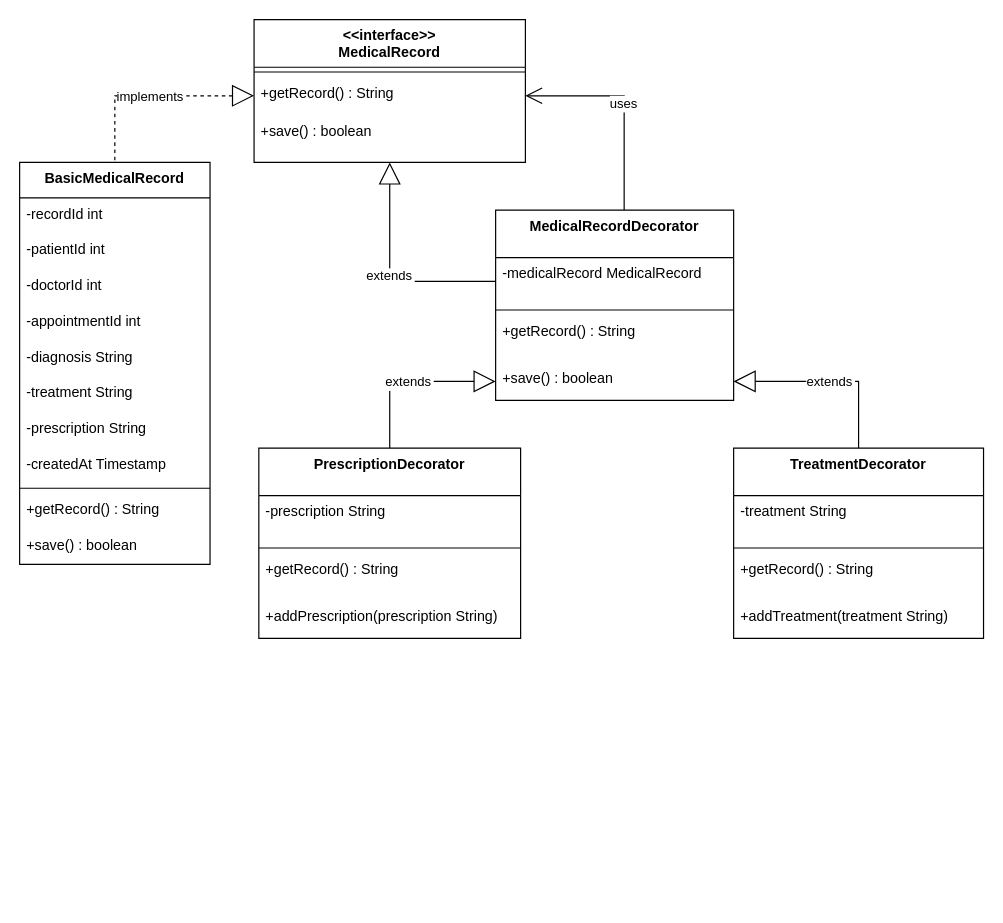
The draw.io diagram uml/Decorator.drawio in TAAgnes3110/DesignPatterns, before the edit. Source tidied: cells renumbered, new cells numbered last; positions are measured from the earlier drawing's top-left corner, leaving out a move shared by most shapes. Both pictures are drawn from the tidied source at 119%, with x=0, y=0 at pixel (19, 19).
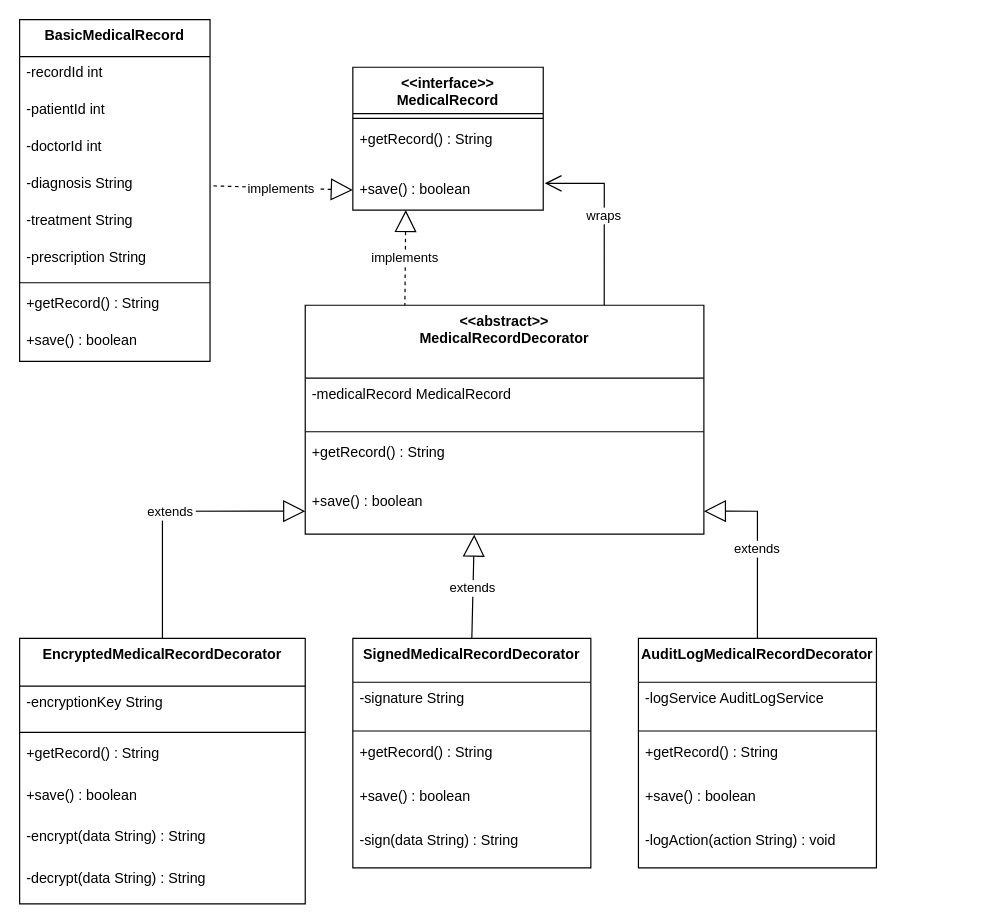
After the change.

What changed in the source:
```diff
@@
-    <mxCell id="2" value="&lt;&lt;interface&gt;&gt;&#10;MedicalRecord" style="swimlane;fontStyle=1;align=center;verticalAlign=top;horizontal=1;startSize=40;" parent="1" vertex="1">
-      <mxGeometry x="197" width="228" height="120" as="geometry" />
+    <mxCell id="2" value="&lt;&lt;interface&gt;&gt;&#10;MedicalRecord" style="swimlane;fontStyle=1;align=center;verticalAlign=top;horizontal=1;startSize=39;" parent="1" vertex="1">
+      <mxGeometry x="280" y="40" width="160" height="120" as="geometry" />
     </mxCell>
-    <mxCell id="3" style="line;strokeWidth=1;fillColor=none;align=left;verticalAlign=middle;spacingTop=-1;spacingLeft=3;spacingRight=3;labelPosition=right;strokeColor=inherit;" parent="2" vertex="1">
-      <mxGeometry y="40" width="228" height="8" as="geometry" />
-    </mxCell>
-    <mxCell id="4" value="+getRecord() : String" style="text;strokeColor=none;fillColor=none;align=left;verticalAlign=top;spacingLeft=4;spacingRight=4;overflow=hidden;points=[[0,0.5],[1,0.5]];portConstraint=eastwest;" parent="2" vertex="1">
-      <mxGeometry y="48" width="228" height="32" as="geometry" />
-    </mxCell>
-    <mxCell id="5" value="+save() : boolean" style="text;strokeColor=none;fillColor=none;align=left;verticalAlign=top;spacingLeft=4;spacingRight=4;overflow=hidden;" parent="2" vertex="1">
-      <mxGeometry y="80" width="228" height="40" as="geometry" />
-    </mxCell>
+    <mxCell id="38" style="line;strokeWidth=1;fillColor=none;align=left;verticalAlign=middle;spacingTop=-1;spacingLeft=3;spacingRight=3;labelPosition=right;strokeColor=inherit;" parent="2" vertex="1">
+      <mxGeometry y="39" width="160" height="8" as="geometry" />
+    </mxCell>
+    <mxCell id="39" value="+getRecord() : String" style="text;strokeColor=none;fillColor=none;align=left;verticalAlign=top;spacingLeft=4;spacingRight=4;overflow=hidden;" parent="2" vertex="1">
+      <mxGeometry y="47" width="160" height="42" as="geometry" />
+    </mxCell>
+    <mxCell id="40" value="+save() : boolean" style="text;strokeColor=none;fillColor=none;align=left;verticalAlign=top;spacingLeft=4;spacingRight=4;overflow=hidden;points=[[0,0.5],[1,0.5]];portConstraint=eastwest;" parent="2" vertex="1">
+      <mxGeometry y="89" width="160" height="31" as="geometry" />
+    </mxCell>
-    <mxCell id="6" value="BasicMedicalRecord" style="swimlane;fontStyle=1;align=center;verticalAlign=top;horizontal=1;startSize=29.818181818181817;" parent="1" vertex="1">
-      <mxGeometry y="120" width="160" height="337.8" as="geometry" />
+    <mxCell id="6" value="BasicMedicalRecord" style="swimlane;fontStyle=1;align=center;verticalAlign=top;horizontal=1;startSize=31.11111111111111;" parent="1" vertex="1">
+      <mxGeometry width="160" height="287.1" as="geometry" />
     </mxCell>
     <mxCell id="7" value="-recordId int" style="text;strokeColor=none;fillColor=none;align=left;verticalAlign=top;spacingLeft=4;spacingRight=4;overflow=hidden;" parent="6" vertex="1">
-      <mxGeometry y="29.8" width="160" height="30" as="geometry" />
+      <mxGeometry y="31.1" width="160" height="31" as="geometry" />
     </mxCell>
     <mxCell id="8" value="-patientId int" style="text;strokeColor=none;fillColor=none;align=left;verticalAlign=top;spacingLeft=4;spacingRight=4;overflow=hidden;" parent="6" vertex="1">
-      <mxGeometry y="59.8" width="160" height="30" as="geometry" />
+      <mxGeometry y="62.1" width="160" height="31" as="geometry" />
     </mxCell>
     <mxCell id="9" value="-doctorId int" style="text;strokeColor=none;fillColor=none;align=left;verticalAlign=top;spacingLeft=4;spacingRight=4;overflow=hidden;" parent="6" vertex="1">
-      <mxGeometry y="89.8" width="160" height="30" as="geometry" />
+      <mxGeometry y="93.1" width="160" height="31" as="geometry" />
     </mxCell>
-    <mxCell id="10" value="-appointmentId int" style="text;strokeColor=none;fillColor=none;align=left;verticalAlign=top;spacingLeft=4;spacingRight=4;overflow=hidden;" parent="6" vertex="1">
-      <mxGeometry y="119.8" width="160" height="30" as="geometry" />
-    </mxCell>
     <mxCell id="11" value="-diagnosis String" style="text;strokeColor=none;fillColor=none;align=left;verticalAlign=top;spacingLeft=4;spacingRight=4;overflow=hidden;points=[[0,0.5],[1,0.5]];portConstraint=eastwest;" parent="6" vertex="1">
-      <mxGeometry y="149.8" width="160" height="30" as="geometry" />
+      <mxGeometry y="124.1" width="160" height="31" as="geometry" />
     </mxCell>
-    <mxCell id="12" value="-treatment String" style="text;strokeColor=none;fillColor=none;align=left;verticalAlign=top;spacingLeft=4;spacingRight=4;overflow=hidden;" parent="6" vertex="1">
-      <mxGeometry y="179.8" width="160" height="30" as="geometry" />
-    </mxCell>
-    <mxCell id="13" value="-prescription String" style="text;strokeColor=none;fillColor=none;align=left;verticalAlign=top;spacingLeft=4;spacingRight=4;overflow=hidden;" parent="6" vertex="1">
-      <mxGeometry y="209.8" width="160" height="30" as="geometry" />
-    </mxCell>
-    <mxCell id="14" value="-createdAt Timestamp" style="text;strokeColor=none;fillColor=none;align=left;verticalAlign=top;spacingLeft=4;spacingRight=4;overflow=hidden;" parent="6" vertex="1">
-      <mxGeometry y="239.8" width="160" height="30" as="geometry" />
-    </mxCell>
-    <mxCell id="15" style="line;strokeWidth=1;fillColor=none;align=left;verticalAlign=middle;spacingTop=-1;spacingLeft=3;spacingRight=3;labelPosition=right;strokeColor=inherit;" parent="6" vertex="1">
-      <mxGeometry y="269.8" width="160" height="8" as="geometry" />
-    </mxCell>
-    <mxCell id="16" value="+getRecord() : String" style="text;strokeColor=none;fillColor=none;align=left;verticalAlign=top;spacingLeft=4;spacingRight=4;overflow=hidden;" parent="6" vertex="1">
-      <mxGeometry y="277.8" width="160" height="30" as="geometry" />
-    </mxCell>
-    <mxCell id="17" value="+save() : boolean" style="text;strokeColor=none;fillColor=none;align=left;verticalAlign=top;spacingLeft=4;spacingRight=4;overflow=hidden;" parent="6" vertex="1">
-      <mxGeometry y="307.8" width="160" height="30" as="geometry" />
-    </mxCell>
-    <mxCell id="18" value="MedicalRecordDecorator" style="swimlane;fontStyle=1;align=center;verticalAlign=top;horizontal=1;startSize=40;" parent="1" vertex="1">
-      <mxGeometry x="400" y="160" width="200" height="160" as="geometry" />
-    </mxCell>
+    <mxCell id="41" value="-treatment String" style="text;strokeColor=none;fillColor=none;align=left;verticalAlign=top;spacingLeft=4;spacingRight=4;overflow=hidden;" parent="6" vertex="1">
+      <mxGeometry y="155.1" width="160" height="31" as="geometry" />
+    </mxCell>
+    <mxCell id="42" value="-prescription String" style="text;strokeColor=none;fillColor=none;align=left;verticalAlign=top;spacingLeft=4;spacingRight=4;overflow=hidden;" parent="6" vertex="1">
+      <mxGeometry y="186.1" width="160" height="31" as="geometry" />
+    </mxCell>
+    <mxCell id="43" style="line;strokeWidth=1;fillColor=none;align=left;verticalAlign=middle;spacingTop=-1;spacingLeft=3;spacingRight=3;labelPosition=right;strokeColor=inherit;" parent="6" vertex="1">
+      <mxGeometry y="217.1" width="160" height="8" as="geometry" />
+    </mxCell>
+    <mxCell id="44" value="+getRecord() : String" style="text;strokeColor=none;fillColor=none;align=left;verticalAlign=top;spacingLeft=4;spacingRight=4;overflow=hidden;" parent="6" vertex="1">
+      <mxGeometry y="225.1" width="160" height="31" as="geometry" />
+    </mxCell>
+    <mxCell id="45" value="+save() : boolean" style="text;strokeColor=none;fillColor=none;align=left;verticalAlign=top;spacingLeft=4;spacingRight=4;overflow=hidden;" parent="6" vertex="1">
+      <mxGeometry y="256.1" width="160" height="31" as="geometry" />
+    </mxCell>
+    <mxCell id="46" value="&lt;&lt;abstract&gt;&gt;&#10;MedicalRecordDecorator" style="swimlane;fontStyle=1;align=center;verticalAlign=top;horizontal=1;startSize=61.33333333333333;" parent="1" vertex="1">
+      <mxGeometry x="240" y="240" width="335" height="192.3" as="geometry" />
+    </mxCell>
-    <mxCell id="19" value="-medicalRecord MedicalRecord" style="text;strokeColor=none;fillColor=none;align=left;verticalAlign=top;spacingLeft=4;spacingRight=4;overflow=hidden;points=[[0,0.5],[1,0.5]];portConstraint=eastwest;" parent="18" vertex="1">
-      <mxGeometry y="40" width="200" height="40" as="geometry" />
+    <mxCell id="19" value="-medicalRecord MedicalRecord" style="text;strokeColor=none;fillColor=none;align=left;verticalAlign=top;spacingLeft=4;spacingRight=4;overflow=hidden;points=[[0,0.5],[1,0.5]];portConstraint=eastwest;" parent="46" vertex="1">
+      <mxGeometry y="61.3" width="335" height="41" as="geometry" />
     </mxCell>
-    <mxCell id="20" style="line;strokeWidth=1;fillColor=none;align=left;verticalAlign=middle;spacingTop=-1;spacingLeft=3;spacingRight=3;labelPosition=right;strokeColor=inherit;" parent="18" vertex="1">
-      <mxGeometry y="80" width="200" height="8" as="geometry" />
-    </mxCell>
-    <mxCell id="21" value="+getRecord() : String" style="text;strokeColor=none;fillColor=none;align=left;verticalAlign=top;spacingLeft=4;spacingRight=4;overflow=hidden;" parent="18" vertex="1">
-      <mxGeometry y="88" width="200" height="40" as="geometry" />
-    </mxCell>
-    <mxCell id="22" value="+save() : boolean" style="text;strokeColor=none;fillColor=none;align=left;verticalAlign=top;spacingLeft=4;spacingRight=4;overflow=hidden;points=[[0,0.5],[1,0.5]];portConstraint=eastwest;" parent="18" vertex="1">
-      <mxGeometry y="128" width="200" height="32" as="geometry" />
-    </mxCell>
-    <mxCell id="23" value="PrescriptionDecorator" style="swimlane;fontStyle=1;align=center;verticalAlign=top;horizontal=1;startSize=40;" parent="1" vertex="1">
-      <mxGeometry x="201" y="360" width="220" height="160" as="geometry" />
-    </mxCell>
-    <mxCell id="24" value="-prescription String" style="text;strokeColor=none;fillColor=none;align=left;verticalAlign=top;spacingLeft=4;spacingRight=4;overflow=hidden;" parent="23" vertex="1">
-      <mxGeometry y="40" width="220" height="40" as="geometry" />
-    </mxCell>
-    <mxCell id="25" style="line;strokeWidth=1;fillColor=none;align=left;verticalAlign=middle;spacingTop=-1;spacingLeft=3;spacingRight=3;labelPosition=right;strokeColor=inherit;" parent="23" vertex="1">
-      <mxGeometry y="80" width="220" height="8" as="geometry" />
-    </mxCell>
-    <mxCell id="26" value="+getRecord() : String" style="text;strokeColor=none;fillColor=none;align=left;verticalAlign=top;spacingLeft=4;spacingRight=4;overflow=hidden;" parent="23" vertex="1">
-      <mxGeometry y="88" width="220" height="40" as="geometry" />
-    </mxCell>
-    <mxCell id="27" value="+addPrescription(prescription String)" style="text;strokeColor=none;fillColor=none;align=left;verticalAlign=top;spacingLeft=4;spacingRight=4;overflow=hidden;" parent="23" vertex="1">
-      <mxGeometry y="128" width="220" height="32" as="geometry" />
-    </mxCell>
-    <mxCell id="28" value="TreatmentDecorator" style="swimlane;fontStyle=1;align=center;verticalAlign=top;horizontal=1;startSize=40;" parent="1" vertex="1">
-      <mxGeometry x="600" y="360" width="210" height="160" as="geometry" />
-    </mxCell>
-    <mxCell id="29" value="-treatment String" style="text;strokeColor=none;fillColor=none;align=left;verticalAlign=top;spacingLeft=4;spacingRight=4;overflow=hidden;" parent="28" vertex="1">
-      <mxGeometry y="40" width="210" height="40" as="geometry" />
-    </mxCell>
-    <mxCell id="30" style="line;strokeWidth=1;fillColor=none;align=left;verticalAlign=middle;spacingTop=-1;spacingLeft=3;spacingRight=3;labelPosition=right;strokeColor=inherit;" parent="28" vertex="1">
-      <mxGeometry y="80" width="210" height="8" as="geometry" />
-    </mxCell>
-    <mxCell id="31" value="+getRecord() : String" style="text;strokeColor=none;fillColor=none;align=left;verticalAlign=top;spacingLeft=4;spacingRight=4;overflow=hidden;" parent="28" vertex="1">
-      <mxGeometry y="88" width="210" height="40" as="geometry" />
-    </mxCell>
-    <mxCell id="32" value="+addTreatment(treatment String)" style="text;strokeColor=none;fillColor=none;align=left;verticalAlign=top;spacingLeft=4;spacingRight=4;overflow=hidden;" parent="28" vertex="1">
-      <mxGeometry y="128" width="210" height="32" as="geometry" />
-    </mxCell>
-    <mxCell id="33" value="implements" style="dashed=1;startArrow=block;startSize=16;startFill=0;endArrow=none;exitX=0;exitY=0.5;entryX=0.5;entryY=0;rounded=0;edgeStyle=orthogonalEdgeStyle;exitDx=0;exitDy=0;" parent="1" edge="1" source="4" target="6">
-      <mxGeometry relative="1" as="geometry" />
-    </mxCell>
-    <mxCell id="34" value="extends" style="startArrow=block;startSize=16;startFill=0;endArrow=none;exitX=0.5;exitY=1;entryX=0;entryY=0.5;rounded=0;entryDx=0;entryDy=0;edgeStyle=orthogonalEdgeStyle;" parent="1" edge="1" source="2" target="19">
-      <mxGeometry relative="1" as="geometry" />
-    </mxCell>
-    <mxCell id="35" value="extends" style="startArrow=block;startSize=16;startFill=0;endArrow=none;exitX=0;exitY=0.5;entryX=0.5;entryY=0;rounded=0;exitDx=0;exitDy=0;edgeStyle=orthogonalEdgeStyle;" parent="1" edge="1" source="22" target="23">
-      <mxGeometry relative="1" as="geometry" />
-    </mxCell>
-    <mxCell id="36" value="extends" style="startArrow=block;startSize=16;startFill=0;endArrow=none;exitX=1;exitY=0.5;entryX=0.5;entryY=0;rounded=0;exitDx=0;exitDy=0;edgeStyle=orthogonalEdgeStyle;" parent="1" edge="1" source="22" target="28">
-      <mxGeometry relative="1" as="geometry" />
-    </mxCell>
-    <mxCell id="37" value="uses" style="startArrow=none;endArrow=open;endSize=12;exitX=0.54;exitY=0;entryX=1;entryY=0.5;rounded=0;entryDx=0;entryDy=0;edgeStyle=orthogonalEdgeStyle;" parent="1" edge="1" source="18" target="4">
-      <mxGeometry relative="1" as="geometry" />
-    </mxCell>
+    <mxCell id="47" style="line;strokeWidth=1;fillColor=none;align=left;verticalAlign=middle;spacingTop=-1;spacingLeft=3;spacingRight=3;labelPosition=right;strokeColor=inherit;" parent="46" vertex="1">
+      <mxGeometry y="102.3" width="335" height="8" as="geometry" />
+    </mxCell>
+    <mxCell id="48" value="+getRecord() : String" style="text;strokeColor=none;fillColor=none;align=left;verticalAlign=top;spacingLeft=4;spacingRight=4;overflow=hidden;" parent="46" vertex="1">
+      <mxGeometry y="110.3" width="335" height="41" as="geometry" />
+    </mxCell>
+    <mxCell id="49" value="+save() : boolean" style="text;strokeColor=none;fillColor=none;align=left;verticalAlign=top;spacingLeft=4;spacingRight=4;overflow=hidden;points=[[0,0.5],[1,0.5]];portConstraint=eastwest;" parent="46" vertex="1">
+      <mxGeometry y="151.3" width="335" height="41" as="geometry" />
+    </mxCell>
+    <mxCell id="50" value="EncryptedMedicalRecordDecorator" style="swimlane;fontStyle=1;align=center;verticalAlign=top;horizontal=1;startSize=40;" parent="1" vertex="1">
+      <mxGeometry y="520" width="240" height="223" as="geometry" />
+    </mxCell>
+    <mxCell id="51" value="-encryptionKey String" style="text;strokeColor=none;fillColor=none;align=left;verticalAlign=top;spacingLeft=4;spacingRight=4;overflow=hidden;" parent="50" vertex="1">
+      <mxGeometry y="40" width="240" height="35" as="geometry" />
+    </mxCell>
+    <mxCell id="52" style="line;strokeWidth=1;fillColor=none;align=left;verticalAlign=middle;spacingTop=-1;spacingLeft=3;spacingRight=3;labelPosition=right;strokeColor=inherit;" parent="50" vertex="1">
+      <mxGeometry y="75" width="240" height="8" as="geometry" />
+    </mxCell>
+    <mxCell id="53" value="+getRecord() : String" style="text;strokeColor=none;fillColor=none;align=left;verticalAlign=top;spacingLeft=4;spacingRight=4;overflow=hidden;" parent="50" vertex="1">
+      <mxGeometry y="83" width="240" height="35" as="geometry" />
+    </mxCell>
+    <mxCell id="54" value="+save() : boolean" style="text;strokeColor=none;fillColor=none;align=left;verticalAlign=top;spacingLeft=4;spacingRight=4;overflow=hidden;" parent="50" vertex="1">
+      <mxGeometry y="118" width="240" height="35" as="geometry" />
+    </mxCell>
+    <mxCell id="55" value="-encrypt(data String) : String" style="text;strokeColor=none;fillColor=none;align=left;verticalAlign=top;spacingLeft=4;spacingRight=4;overflow=hidden;" parent="50" vertex="1">
+      <mxGeometry y="153" width="240" height="35" as="geometry" />
+    </mxCell>
+    <mxCell id="56" value="-decrypt(data String) : String" style="text;strokeColor=none;fillColor=none;align=left;verticalAlign=top;spacingLeft=4;spacingRight=4;overflow=hidden;" parent="50" vertex="1">
+      <mxGeometry y="188" width="240" height="35" as="geometry" />
+    </mxCell>
+    <mxCell id="57" value="SignedMedicalRecordDecorator" style="swimlane;fontStyle=1;align=center;verticalAlign=top;horizontal=1;startSize=36.8;" parent="1" vertex="1">
+      <mxGeometry x="280" y="520" width="200" height="192.8" as="geometry" />
+    </mxCell>
+    <mxCell id="58" value="-signature String" style="text;strokeColor=none;fillColor=none;align=left;verticalAlign=top;spacingLeft=4;spacingRight=4;overflow=hidden;" parent="57" vertex="1">
+      <mxGeometry y="36.8" width="200" height="37" as="geometry" />
+    </mxCell>
+    <mxCell id="59" style="line;strokeWidth=1;fillColor=none;align=left;verticalAlign=middle;spacingTop=-1;spacingLeft=3;spacingRight=3;labelPosition=right;strokeColor=inherit;" parent="57" vertex="1">
+      <mxGeometry y="73.8" width="200" height="8" as="geometry" />
+    </mxCell>
+    <mxCell id="60" value="+getRecord() : String" style="text;strokeColor=none;fillColor=none;align=left;verticalAlign=top;spacingLeft=4;spacingRight=4;overflow=hidden;" parent="57" vertex="1">
+      <mxGeometry y="81.8" width="200" height="37" as="geometry" />
+    </mxCell>
+    <mxCell id="61" value="+save() : boolean" style="text;strokeColor=none;fillColor=none;align=left;verticalAlign=top;spacingLeft=4;spacingRight=4;overflow=hidden;" parent="57" vertex="1">
+      <mxGeometry y="118.8" width="200" height="37" as="geometry" />
+    </mxCell>
+    <mxCell id="62" value="-sign(data String) : String" style="text;strokeColor=none;fillColor=none;align=left;verticalAlign=top;spacingLeft=4;spacingRight=4;overflow=hidden;" parent="57" vertex="1">
+      <mxGeometry y="155.8" width="200" height="37" as="geometry" />
+    </mxCell>
+    <mxCell id="63" value="AuditLogMedicalRecordDecorator" style="swimlane;fontStyle=1;align=center;verticalAlign=top;horizontal=1;startSize=36.8;" parent="1" vertex="1">
+      <mxGeometry x="520" y="520" width="200" height="192.8" as="geometry" />
+    </mxCell>
+    <mxCell id="64" value="-logService AuditLogService" style="text;strokeColor=none;fillColor=none;align=left;verticalAlign=top;spacingLeft=4;spacingRight=4;overflow=hidden;" parent="63" vertex="1">
+      <mxGeometry y="36.8" width="200" height="37" as="geometry" />
+    </mxCell>
+    <mxCell id="65" style="line;strokeWidth=1;fillColor=none;align=left;verticalAlign=middle;spacingTop=-1;spacingLeft=3;spacingRight=3;labelPosition=right;strokeColor=inherit;" parent="63" vertex="1">
+      <mxGeometry y="73.8" width="200" height="8" as="geometry" />
+    </mxCell>
+    <mxCell id="66" value="+getRecord() : String" style="text;strokeColor=none;fillColor=none;align=left;verticalAlign=top;spacingLeft=4;spacingRight=4;overflow=hidden;" parent="63" vertex="1">
+      <mxGeometry y="81.8" width="200" height="37" as="geometry" />
+    </mxCell>
+    <mxCell id="67" value="+save() : boolean" style="text;strokeColor=none;fillColor=none;align=left;verticalAlign=top;spacingLeft=4;spacingRight=4;overflow=hidden;" parent="63" vertex="1">
+      <mxGeometry y="118.8" width="200" height="37" as="geometry" />
+    </mxCell>
+    <mxCell id="68" value="-logAction(action String) : void" style="text;strokeColor=none;fillColor=none;align=left;verticalAlign=top;spacingLeft=4;spacingRight=4;overflow=hidden;" parent="63" vertex="1">
+      <mxGeometry y="155.8" width="200" height="37" as="geometry" />
+    </mxCell>
+    <mxCell id="69" value="implements" style="dashed=1;startArrow=block;startSize=16;startFill=0;endArrow=none;exitX=0;exitY=0.86;entryX=1;entryY=0.5;rounded=0;entryDx=0;entryDy=0;" parent="1" edge="1" source="2" target="11">
+      <mxGeometry relative="1" as="geometry" />
+    </mxCell>
+    <mxCell id="70" value="implements" style="dashed=1;startArrow=block;startSize=16;startFill=0;endArrow=none;exitX=0.278;exitY=1;entryX=0.25;entryY=0;rounded=0;exitDx=0;exitDy=0;exitPerimeter=0;entryDx=0;entryDy=0;" parent="1" edge="1" source="40" target="46">
+      <mxGeometry relative="1" as="geometry" />
+    </mxCell>
+    <mxCell id="71" value="extends" style="startArrow=block;startSize=16;startFill=0;endArrow=none;exitX=0;exitY=0.9;entryX=0.5;entryY=0;rounded=0;edgeStyle=orthogonalEdgeStyle;" parent="1" edge="1" source="46" target="50">
+      <mxGeometry relative="1" as="geometry" />
+    </mxCell>
+    <mxCell id="72" value="extends" style="startArrow=block;startSize=16;startFill=0;endArrow=none;exitX=0.424;exitY=1.011;entryX=0.5;entryY=0;rounded=0;exitDx=0;exitDy=0;exitPerimeter=0;" parent="1" edge="1" source="49" target="57">
+      <mxGeometry relative="1" as="geometry" />
+    </mxCell>
+    <mxCell id="73" value="extends" style="startArrow=block;startSize=16;startFill=0;endArrow=none;exitX=1;exitY=0.9;entryX=0.5;entryY=0;rounded=0;edgeStyle=orthogonalEdgeStyle;" parent="1" edge="1" source="46" target="63">
+      <mxGeometry relative="1" as="geometry" />
+    </mxCell>
+    <mxCell id="74" value="wraps" style="startArrow=none;endArrow=open;endSize=12;exitX=0.75;exitY=0;entryX=1.008;entryY=0.277;rounded=0;entryDx=0;entryDy=0;entryPerimeter=0;edgeStyle=orthogonalEdgeStyle;exitDx=0;exitDy=0;" parent="1" edge="1" source="46" target="40">
+      <mxGeometry relative="1" as="geometry" />
+    </mxCell>
```
